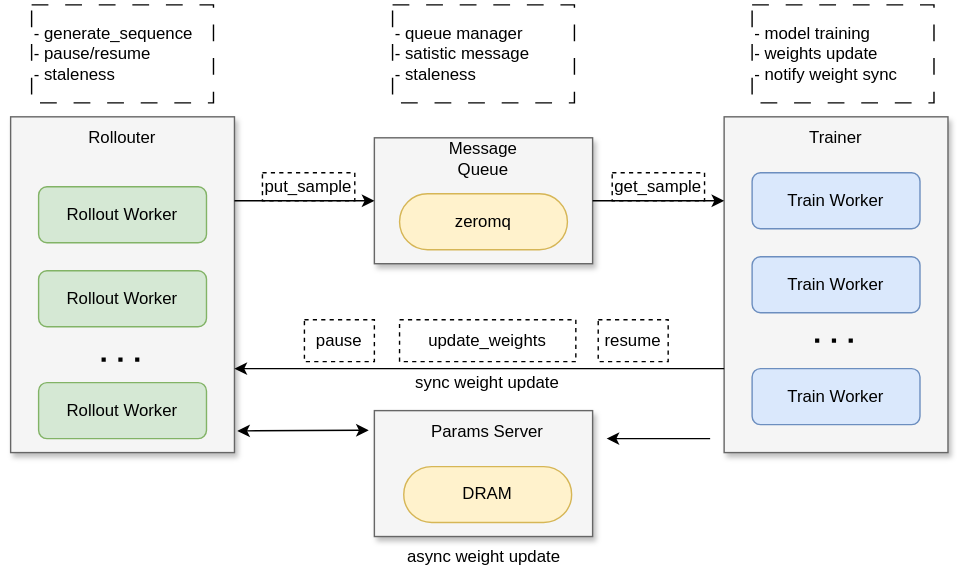
This is docs/full_async.svg from ArronHZG/verl-community, a draw.io export, as it was before one commit. Source tidied: cells renumbered, new cells last; positions are measured from the earlier drawing's top-left corner, leaving out a move shared by most shapes.
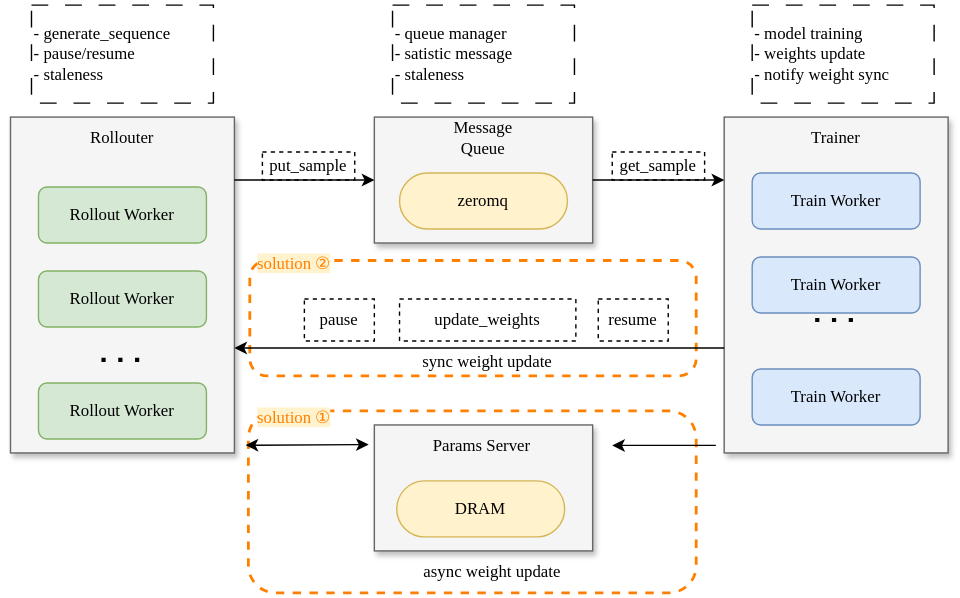
After the change.

Commit message:
full async

Diff of the diagram source:
```diff
@@ -2,115 +2,134 @@
   <root>
     <mxCell id="0" />
     <mxCell id="1" parent="0" />
+    <mxCell id="35" style="rounded=1;whiteSpace=wrap;html=1;dashed=1;strokeColor=#FF8000;fillColor=none;strokeWidth=2;shadow=0;glass=0;fontFamily=Comic Sans MS;" parent="1" vertex="1">
+      <mxGeometry x="170" y="290" width="320" height="130" as="geometry" />
+    </mxCell>
+    <mxCell id="36" style="rounded=1;whiteSpace=wrap;html=1;dashed=1;strokeColor=#FF8000;fillColor=none;strokeWidth=2;shadow=0;glass=0;fontFamily=Comic Sans MS;" parent="1" vertex="1">
+      <mxGeometry x="171" y="182.5" width="319" height="82.5" as="geometry" />
+    </mxCell>
-    <mxCell id="2" style="rounded=0;whiteSpace=wrap;html=1;fillColor=#f5f5f5;fontColor=#333333;strokeColor=#666666;shadow=1;" parent="1" vertex="1">
+    <mxCell id="2" style="rounded=0;whiteSpace=wrap;html=1;fillColor=#f5f5f5;fontColor=#333333;strokeColor=#666666;shadow=1;fontFamily=Comic Sans MS;" parent="1" vertex="1">
       <mxGeometry y="80" width="160" height="240" as="geometry" />
     </mxCell>
-    <mxCell id="3" value="Rollouter" style="text;html=1;align=center;verticalAlign=middle;whiteSpace=wrap;rounded=0;" parent="1" vertex="1">
+    <mxCell id="3" value="Rollouter" style="text;html=1;align=center;verticalAlign=middle;whiteSpace=wrap;rounded=0;fontFamily=Comic Sans MS;" parent="1" vertex="1">
       <mxGeometry x="50" y="80" width="60" height="30" as="geometry" />
     </mxCell>
-    <mxCell id="4" style="rounded=0;whiteSpace=wrap;html=1;fillColor=#f5f5f5;fontColor=#333333;strokeColor=#666666;shadow=1;" parent="1" vertex="1">
+    <mxCell id="4" style="rounded=0;whiteSpace=wrap;html=1;fillColor=#f5f5f5;fontColor=#333333;strokeColor=#666666;shadow=1;fontFamily=Comic Sans MS;" parent="1" vertex="1">
       <mxGeometry x="510" y="80" width="160" height="240" as="geometry" />
     </mxCell>
-    <mxCell id="5" value="Trainer" style="text;html=1;align=center;verticalAlign=middle;whiteSpace=wrap;rounded=0;" parent="1" vertex="1">
+    <mxCell id="5" value="Trainer" style="text;html=1;align=center;verticalAlign=middle;whiteSpace=wrap;rounded=0;fontFamily=Comic Sans MS;" parent="1" vertex="1">
       <mxGeometry x="560" y="80" width="60" height="30" as="geometry" />
     </mxCell>
-    <mxCell id="6" value="Rollout Worker" style="rounded=1;whiteSpace=wrap;html=1;fillColor=#d5e8d4;strokeColor=#82b366;" parent="1" vertex="1">
+    <mxCell id="6" value="Rollout Worker" style="rounded=1;whiteSpace=wrap;html=1;fillColor=#d5e8d4;strokeColor=#82b366;fontFamily=Comic Sans MS;" parent="1" vertex="1">
       <mxGeometry x="20" y="130" width="120" height="40" as="geometry" />
     </mxCell>
-    <mxCell id="7" value="Rollout Worker" style="rounded=1;whiteSpace=wrap;html=1;fillColor=#d5e8d4;strokeColor=#82b366;" parent="1" vertex="1">
+    <mxCell id="7" value="Rollout Worker" style="rounded=1;whiteSpace=wrap;html=1;fillColor=#d5e8d4;strokeColor=#82b366;fontFamily=Comic Sans MS;" parent="1" vertex="1">
       <mxGeometry x="20" y="190" width="120" height="40" as="geometry" />
     </mxCell>
-    <mxCell id="8" style="endArrow=none;dashed=1;html=1;dashPattern=1 3;strokeWidth=3;rounded=0;" parent="1" edge="1">
+    <mxCell id="8" style="endArrow=none;dashed=1;html=1;dashPattern=1 3;strokeWidth=3;rounded=0;fontFamily=Comic Sans MS;" parent="1" edge="1">
       <mxGeometry relative="1" as="geometry">
         <mxPoint x="65" y="253.5" as="sourcePoint" />
         <mxPoint x="95" y="253.5" as="targetPoint" />
       </mxGeometry>
     </mxCell>
-    <mxCell id="9" value="Rollout Worker" style="rounded=1;whiteSpace=wrap;html=1;fillColor=#d5e8d4;strokeColor=#82b366;" parent="1" vertex="1">
+    <mxCell id="9" value="Rollout Worker" style="rounded=1;whiteSpace=wrap;html=1;fillColor=#d5e8d4;strokeColor=#82b366;fontFamily=Comic Sans MS;" parent="1" vertex="1">
       <mxGeometry x="20" y="270" width="120" height="40" as="geometry" />
     </mxCell>
-    <mxCell id="10" value="Train Worker" style="rounded=1;whiteSpace=wrap;html=1;fillColor=#dae8fc;strokeColor=#6c8ebf;" parent="1" vertex="1">
+    <mxCell id="10" value="Train Worker" style="rounded=1;whiteSpace=wrap;html=1;fillColor=#dae8fc;strokeColor=#6c8ebf;fontFamily=Comic Sans MS;" parent="1" vertex="1">
       <mxGeometry x="530" y="120" width="120" height="40" as="geometry" />
     </mxCell>
-    <mxCell id="11" style="endArrow=none;dashed=1;html=1;dashPattern=1 3;strokeWidth=3;rounded=0;" parent="1" edge="1">
+    <mxCell id="11" style="endArrow=none;dashed=1;html=1;dashPattern=1 3;strokeWidth=3;rounded=0;fontFamily=Comic Sans MS;" parent="1" edge="1">
       <mxGeometry relative="1" as="geometry">
-        <mxPoint x="575" y="240" as="sourcePoint" />
-        <mxPoint x="605" y="240" as="targetPoint" />
+        <mxPoint x="575" y="225" as="sourcePoint" />
+        <mxPoint x="605" y="225" as="targetPoint" />
       </mxGeometry>
     </mxCell>
-    <mxCell id="12" value="Train Worker" style="rounded=1;whiteSpace=wrap;html=1;fillColor=#dae8fc;strokeColor=#6c8ebf;" parent="1" vertex="1">
+    <mxCell id="12" value="Train Worker" style="rounded=1;whiteSpace=wrap;html=1;fillColor=#dae8fc;strokeColor=#6c8ebf;fontFamily=Comic Sans MS;" parent="1" vertex="1">
       <mxGeometry x="530" y="180" width="120" height="40" as="geometry" />
     </mxCell>
-    <mxCell id="13" value="Train Worker" style="rounded=1;whiteSpace=wrap;html=1;fillColor=#dae8fc;strokeColor=#6c8ebf;" parent="1" vertex="1">
+    <mxCell id="13" value="Train Worker" style="rounded=1;whiteSpace=wrap;html=1;fillColor=#dae8fc;strokeColor=#6c8ebf;fontFamily=Comic Sans MS;" parent="1" vertex="1">
       <mxGeometry x="530" y="260" width="120" height="40" as="geometry" />
     </mxCell>
-    <mxCell id="14" style="rounded=0;whiteSpace=wrap;html=1;fillColor=#f5f5f5;fontColor=#333333;strokeColor=#666666;shadow=1;" parent="1" vertex="1">
-      <mxGeometry x="260" y="95" width="156" height="90" as="geometry" />
+    <mxCell id="14" style="rounded=0;whiteSpace=wrap;html=1;fillColor=#f5f5f5;fontColor=#333333;strokeColor=#666666;shadow=1;fontFamily=Comic Sans MS;" parent="1" vertex="1">
+      <mxGeometry x="260" y="80" width="156" height="90" as="geometry" />
     </mxCell>
-    <mxCell id="15" value="Message Queue" style="text;html=1;align=center;verticalAlign=middle;whiteSpace=wrap;rounded=0;" parent="1" vertex="1">
-      <mxGeometry x="308" y="95" width="60" height="30" as="geometry" />
+    <mxCell id="15" value="Message Queue" style="text;html=1;align=center;verticalAlign=middle;whiteSpace=wrap;rounded=0;fontFamily=Comic Sans MS;" parent="1" vertex="1">
+      <mxGeometry x="308" y="80" width="60" height="30" as="geometry" />
     </mxCell>
-    <mxCell id="16" value="zeromq" style="rounded=1;whiteSpace=wrap;html=1;arcSize=50;fillColor=#fff2cc;strokeColor=#d6b656;" parent="1" vertex="1">
-      <mxGeometry x="278" y="135" width="120" height="40" as="geometry" />
+    <mxCell id="16" value="zeromq" style="rounded=1;whiteSpace=wrap;html=1;arcSize=50;fillColor=#fff2cc;strokeColor=#d6b656;fontFamily=Comic Sans MS;" parent="1" vertex="1">
+      <mxGeometry x="278" y="120" width="120" height="40" as="geometry" />
     </mxCell>
-    <mxCell id="17" style="endArrow=classic;html=1;rounded=0;exitX=0;exitY=0.75;exitDx=0;exitDy=0;entryX=1;entryY=0.75;entryDx=0;entryDy=0;" parent="1" edge="1" source="4" target="2">
-      <mxGeometry relative="1" as="geometry" />
+    <mxCell id="17" style="endArrow=classic;html=1;rounded=0;exitX=0;exitY=0.75;exitDx=0;exitDy=0;entryX=1;entryY=0.75;entryDx=0;entryDy=0;fontFamily=Comic Sans MS;" parent="1" edge="1">
+      <mxGeometry relative="1" as="geometry">
+        <mxPoint x="510" y="245" as="sourcePoint" />
+        <mxPoint x="160" y="245" as="targetPoint" />
+      </mxGeometry>
     </mxCell>
-    <mxCell id="18" value="update_weights" style="text;html=1;align=center;verticalAlign=middle;whiteSpace=wrap;rounded=0;strokeColor=default;dashed=1;" parent="1" vertex="1">
-      <mxGeometry x="278" y="225" width="126" height="30" as="geometry" />
+    <mxCell id="18" value="update_weights" style="text;html=1;align=center;verticalAlign=middle;whiteSpace=wrap;rounded=0;strokeColor=default;dashed=1;fontFamily=Comic Sans MS;" parent="1" vertex="1">
+      <mxGeometry x="278" y="210" width="126" height="30" as="geometry" />
     </mxCell>
-    <mxCell id="19" style="endArrow=classic;html=1;rounded=0;entryX=0;entryY=0.5;entryDx=0;entryDy=0;exitX=1;exitY=0.25;exitDx=0;exitDy=0;" parent="1" edge="1" source="2" target="14">
-      <mxGeometry relative="1" as="geometry" />
+    <mxCell id="19" style="endArrow=classic;html=1;rounded=0;entryX=0;entryY=0.5;entryDx=0;entryDy=0;exitX=1;exitY=0.25;exitDx=0;exitDy=0;fontFamily=Comic Sans MS;" parent="1" edge="1" target="14">
+      <mxGeometry relative="1" as="geometry">
+        <mxPoint x="160" y="125" as="sourcePoint" />
+      </mxGeometry>
     </mxCell>
-    <mxCell id="20" style="endArrow=classic;html=1;rounded=0;entryX=0;entryY=0.25;entryDx=0;entryDy=0;exitX=1;exitY=0.5;exitDx=0;exitDy=0;" parent="1" edge="1" source="14" target="4">
-      <mxGeometry relative="1" as="geometry" />
+    <mxCell id="20" style="endArrow=classic;html=1;rounded=0;entryX=0;entryY=0.25;entryDx=0;entryDy=0;exitX=1;exitY=0.5;exitDx=0;exitDy=0;fontFamily=Comic Sans MS;" parent="1" edge="1" source="14">
+      <mxGeometry relative="1" as="geometry">
+        <mxPoint x="510" y="125" as="targetPoint" />
+      </mxGeometry>
     </mxCell>
-    <mxCell id="21" value="put_sample" style="text;html=1;align=center;verticalAlign=middle;whiteSpace=wrap;rounded=0;strokeColor=default;dashed=1;" parent="1" vertex="1">
-      <mxGeometry x="180" y="120" width="66" height="20" as="geometry" />
+    <mxCell id="21" value="put_sample" style="text;html=1;align=center;verticalAlign=middle;whiteSpace=wrap;rounded=0;strokeColor=default;dashed=1;fontFamily=Comic Sans MS;" parent="1" vertex="1">
+      <mxGeometry x="180" y="105" width="66" height="20" as="geometry" />
     </mxCell>
-    <mxCell id="22" value="get_sample" style="text;html=1;align=center;verticalAlign=middle;whiteSpace=wrap;rounded=0;strokeColor=default;dashed=1;" parent="1" vertex="1">
-      <mxGeometry x="430" y="120" width="66" height="20" as="geometry" />
+    <mxCell id="22" value="get_sample" style="text;html=1;align=center;verticalAlign=middle;whiteSpace=wrap;rounded=0;strokeColor=default;dashed=1;fontFamily=Comic Sans MS;" parent="1" vertex="1">
+      <mxGeometry x="430" y="105" width="66" height="20" as="geometry" />
     </mxCell>
-    <mxCell id="23" value="- generate_sequence&lt;div&gt;- pause/resume&lt;/div&gt;&lt;div&gt;- staleness&lt;/div&gt;" style="text;html=1;align=left;verticalAlign=middle;whiteSpace=wrap;rounded=0;strokeColor=default;dashed=1;dashPattern=12 12;" parent="1" vertex="1">
+    <mxCell id="23" value="- generate_sequence&lt;div&gt;- pause/resume&lt;/div&gt;&lt;div&gt;- staleness&lt;/div&gt;" style="text;html=1;align=left;verticalAlign=middle;whiteSpace=wrap;rounded=0;strokeColor=default;dashed=1;dashPattern=12 12;fontFamily=Comic Sans MS;" parent="1" vertex="1">
       <mxGeometry x="15" width="130" height="70" as="geometry" />
     </mxCell>
-    <mxCell id="24" value="- queue manager&lt;div&gt;- satistic message&lt;/div&gt;&lt;div&gt;- staleness&lt;/div&gt;" style="text;html=1;align=left;verticalAlign=middle;whiteSpace=wrap;rounded=0;strokeColor=default;dashed=1;dashPattern=12 12;" parent="1" vertex="1">
+    <mxCell id="24" value="- queue manager&lt;div&gt;- satistic message&lt;/div&gt;&lt;div&gt;- staleness&lt;/div&gt;" style="text;html=1;align=left;verticalAlign=middle;whiteSpace=wrap;rounded=0;strokeColor=default;dashed=1;dashPattern=12 12;fontFamily=Comic Sans MS;" parent="1" vertex="1">
       <mxGeometry x="273" width="130" height="70" as="geometry" />
     </mxCell>
-    <mxCell id="25" value="- model training&lt;div&gt;- weights update&lt;/div&gt;&lt;div&gt;- notify weight sync&lt;/div&gt;" style="text;html=1;align=left;verticalAlign=middle;whiteSpace=wrap;rounded=0;strokeColor=default;dashed=1;dashPattern=12 12;" parent="1" vertex="1">
+    <mxCell id="25" value="- model training&lt;div&gt;- weights update&lt;/div&gt;&lt;div&gt;- notify weight sync&lt;/div&gt;" style="text;html=1;align=left;verticalAlign=middle;whiteSpace=wrap;rounded=0;strokeColor=default;dashed=1;dashPattern=12 12;fontFamily=Comic Sans MS;" parent="1" vertex="1">
       <mxGeometry x="530" width="130" height="70" as="geometry" />
     </mxCell>
-    <mxCell id="26" value="pause" style="text;html=1;align=center;verticalAlign=middle;whiteSpace=wrap;rounded=0;strokeColor=default;dashed=1;" parent="1" vertex="1">
-      <mxGeometry x="210" y="225" width="50" height="30" as="geometry" />
+    <mxCell id="26" value="pause" style="text;html=1;align=center;verticalAlign=middle;whiteSpace=wrap;rounded=0;strokeColor=default;dashed=1;fontFamily=Comic Sans MS;" parent="1" vertex="1">
+      <mxGeometry x="210" y="210" width="50" height="30" as="geometry" />
     </mxCell>
-    <mxCell id="27" value="resume" style="text;html=1;align=center;verticalAlign=middle;whiteSpace=wrap;rounded=0;strokeColor=default;dashed=1;" parent="1" vertex="1">
-      <mxGeometry x="420" y="225" width="50" height="30" as="geometry" />
+    <mxCell id="27" value="resume" style="text;html=1;align=center;verticalAlign=middle;whiteSpace=wrap;rounded=0;strokeColor=default;dashed=1;fontFamily=Comic Sans MS;" parent="1" vertex="1">
+      <mxGeometry x="420" y="210" width="50" height="30" as="geometry" />
     </mxCell>
-    <mxCell id="28" value="sync weight update" style="text;html=1;align=center;verticalAlign=middle;whiteSpace=wrap;rounded=0;" parent="1" vertex="1">
-      <mxGeometry x="286" y="255" width="110" height="30" as="geometry" />
+    <mxCell id="28" value="sync weight update" style="text;html=1;align=center;verticalAlign=middle;whiteSpace=wrap;rounded=0;fontFamily=Comic Sans MS;" parent="1" vertex="1">
+      <mxGeometry x="286" y="240" width="110" height="30" as="geometry" />
     </mxCell>
-    <mxCell id="29" value="async weight update" style="text;html=1;align=center;verticalAlign=middle;whiteSpace=wrap;rounded=0;" parent="1" vertex="1">
-      <mxGeometry x="270.5" y="380" width="135" height="30" as="geometry" />
+    <mxCell id="29" value="async weight update" style="text;html=1;align=center;verticalAlign=middle;whiteSpace=wrap;rounded=0;fontFamily=Comic Sans MS;" parent="1" vertex="1">
+      <mxGeometry x="276.5" y="390" width="135" height="30" as="geometry" />
     </mxCell>
-    <mxCell id="30" style="rounded=0;whiteSpace=wrap;html=1;fillColor=#f5f5f5;fontColor=#333333;strokeColor=#666666;shadow=1;" parent="1" vertex="1">
-      <mxGeometry x="260" y="290" width="156" height="90" as="geometry" />
+    <mxCell id="30" style="rounded=0;whiteSpace=wrap;html=1;fillColor=#f5f5f5;fontColor=#333333;strokeColor=#666666;shadow=1;fontFamily=Comic Sans MS;" parent="1" vertex="1">
+      <mxGeometry x="260" y="300" width="156" height="90" as="geometry" />
     </mxCell>
-    <mxCell id="31" value="DRAM" style="rounded=1;whiteSpace=wrap;html=1;arcSize=50;fillColor=#fff2cc;strokeColor=#d6b656;" parent="1" vertex="1">
-      <mxGeometry x="281" y="330" width="120" height="40" as="geometry" />
+    <mxCell id="31" value="DRAM" style="rounded=1;whiteSpace=wrap;html=1;arcSize=50;fillColor=#fff2cc;strokeColor=#d6b656;fontFamily=Comic Sans MS;" parent="1" vertex="1">
+      <mxGeometry x="276" y="340" width="120" height="40" as="geometry" />
     </mxCell>
-    <mxCell id="32" value="Params Server" style="text;html=1;align=center;verticalAlign=middle;whiteSpace=wrap;rounded=0;" parent="1" vertex="1">
-      <mxGeometry x="290" y="290" width="102" height="30" as="geometry" />
+    <mxCell id="32" value="Params Server" style="text;html=1;align=center;verticalAlign=middle;whiteSpace=wrap;rounded=0;fontFamily=Comic Sans MS;" parent="1" vertex="1">
+      <mxGeometry x="286" y="300" width="102" height="30" as="geometry" />
     </mxCell>
-    <mxCell id="33" style="endArrow=classic;html=1;rounded=0;" parent="1" edge="1">
+    <mxCell id="33" style="endArrow=classic;html=1;rounded=0;fontFamily=Comic Sans MS;" parent="1" edge="1">
       <mxGeometry relative="1" as="geometry">
-        <mxPoint x="500" y="310" as="sourcePoint" />
-        <mxPoint x="426" y="310" as="targetPoint" />
+        <mxPoint x="504" y="314.6" as="sourcePoint" />
+        <mxPoint x="430" y="314.6" as="targetPoint" />
       </mxGeometry>
     </mxCell>
-    <mxCell id="34" style="endArrow=classic;html=1;rounded=0;startArrow=classic;startFill=1;exitX=-0.026;exitY=0.156;exitDx=0;exitDy=0;exitPerimeter=0;" parent="1" edge="1" source="30">
+    <mxCell id="34" style="endArrow=classic;html=1;rounded=0;startArrow=classic;startFill=1;exitX=-0.026;exitY=0.156;exitDx=0;exitDy=0;exitPerimeter=0;fontFamily=Comic Sans MS;" parent="1" edge="1" source="30">
       <mxGeometry relative="1" as="geometry">
-        <mxPoint x="162" y="304.5" as="targetPoint" />
+        <mxPoint x="168" y="314.5" as="targetPoint" />
       </mxGeometry>
     </mxCell>
+    <mxCell id="37" value="&lt;font style=&quot;background-color: rgb(255, 242, 204);&quot; color=&quot;#ff8000&quot;&gt;solution ②&lt;/font&gt;" style="text;html=1;align=center;verticalAlign=middle;whiteSpace=wrap;rounded=0;fontFamily=Comic Sans MS;" parent="1" vertex="1">
+      <mxGeometry x="168" y="170" width="70" height="30" as="geometry" />
+    </mxCell>
+    <mxCell id="38" value="&lt;font style=&quot;background-color: rgb(255, 242, 204);&quot; color=&quot;#ff8000&quot;&gt;solution ①&lt;/font&gt;" style="text;html=1;align=center;verticalAlign=middle;whiteSpace=wrap;rounded=0;fontFamily=Comic Sans MS;" parent="1" vertex="1">
+      <mxGeometry x="168" y="280" width="70" height="30" as="geometry" />
+    </mxCell>
   </root>
 </mxGraphModel>
```
